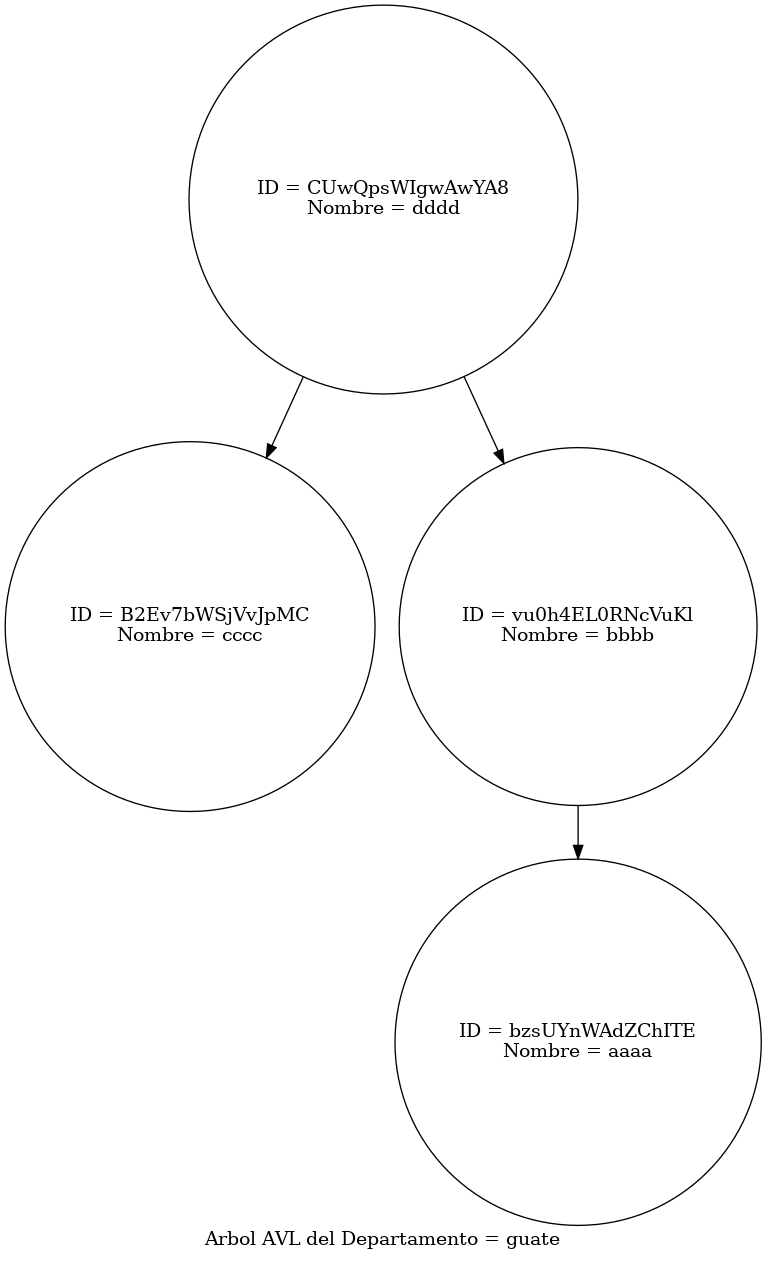
miguel-tubac/-EDD-Proyecto1_202101927 keeps this Graphviz diagram as src/Reportes/arbol_Dep.png. Above is the earlier version. Its source is kept beside it as src/Reportes/arbol_Dep.dot.
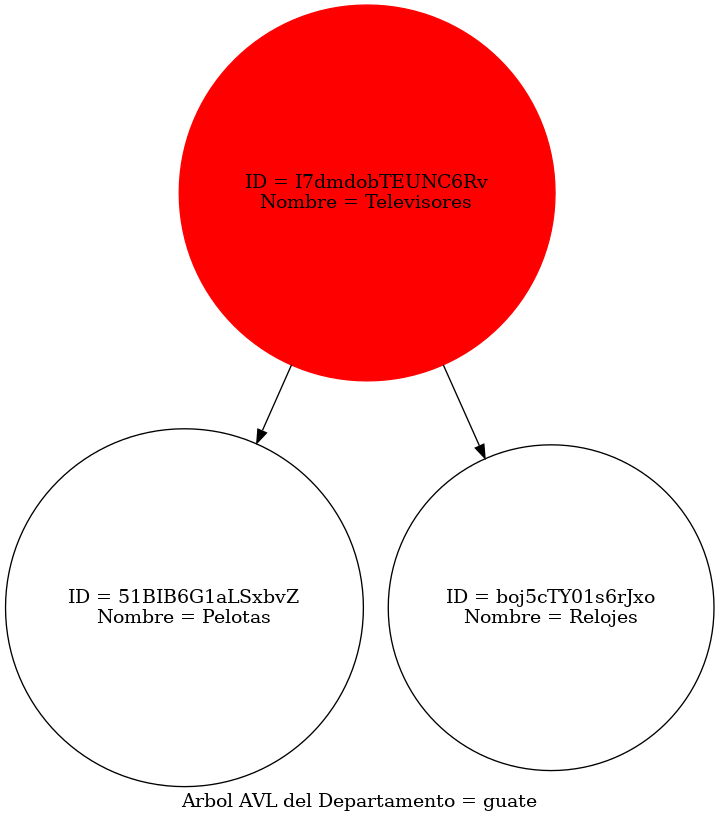
After the commit.

Diff of the diagram source:
```diff
@@ -1,11 +1,9 @@
 digraph AVLTree {
 	label="Arbol AVL del Departamento = guate";
     node [shape=circle];
-    "CUwQpsWIgwAwYA8" [label="ID = CUwQpsWIgwAwYA8\nNombre = dddd"];
-    "CUwQpsWIgwAwYA8" -> "B2Ev7bWSjVvJpMC";
-    "B2Ev7bWSjVvJpMC" [label="ID = B2Ev7bWSjVvJpMC\nNombre = cccc"];
-    "CUwQpsWIgwAwYA8" -> "vu0h4EL0RNcVuKl";
-    "vu0h4EL0RNcVuKl" [label="ID = vu0h4EL0RNcVuKl\nNombre = bbbb"];
-    "vu0h4EL0RNcVuKl" -> "bzsUYnWAdZChITE";
-    "bzsUYnWAdZChITE" [label="ID = bzsUYnWAdZChITE\nNombre = aaaa"];
+    "I7dmdobTEUNC6Rv" [color= red, style=filled label="ID = I7dmdobTEUNC6Rv\nNombre = Televisores"];
+    "I7dmdobTEUNC6Rv" -> "51BIB6G1aLSxbvZ";
+    "51BIB6G1aLSxbvZ" [label="ID = 51BIB6G1aLSxbvZ\nNombre = Pelotas"];
+    "I7dmdobTEUNC6Rv" -> "boj5cTY01s6rJxo";
+    "boj5cTY01s6rJxo" [label="ID = boj5cTY01s6rJxo\nNombre = Relojes"];
 }
```
